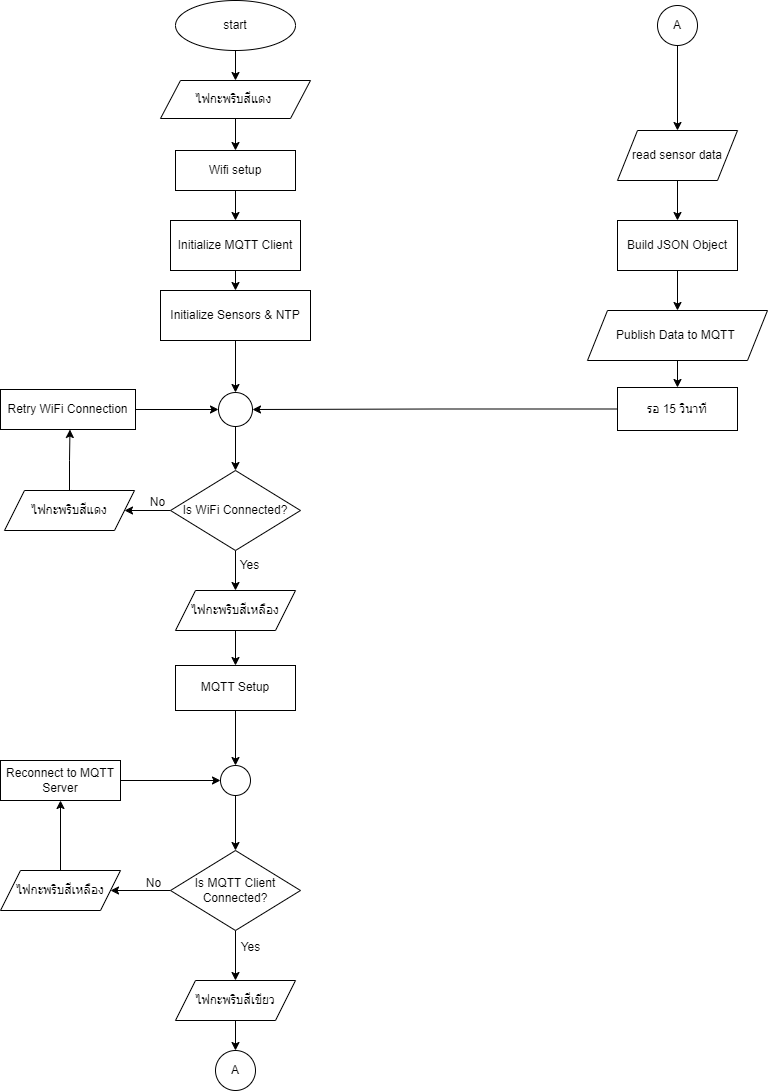
The draw.io diagram assignment04/iot-sensor.png in sirapaop/iotclass67, before a commit. Source tidied: cells renumbered, new cells last; positions are measured from the earlier drawing's top-left corner, leaving out a move shared by most shapes.
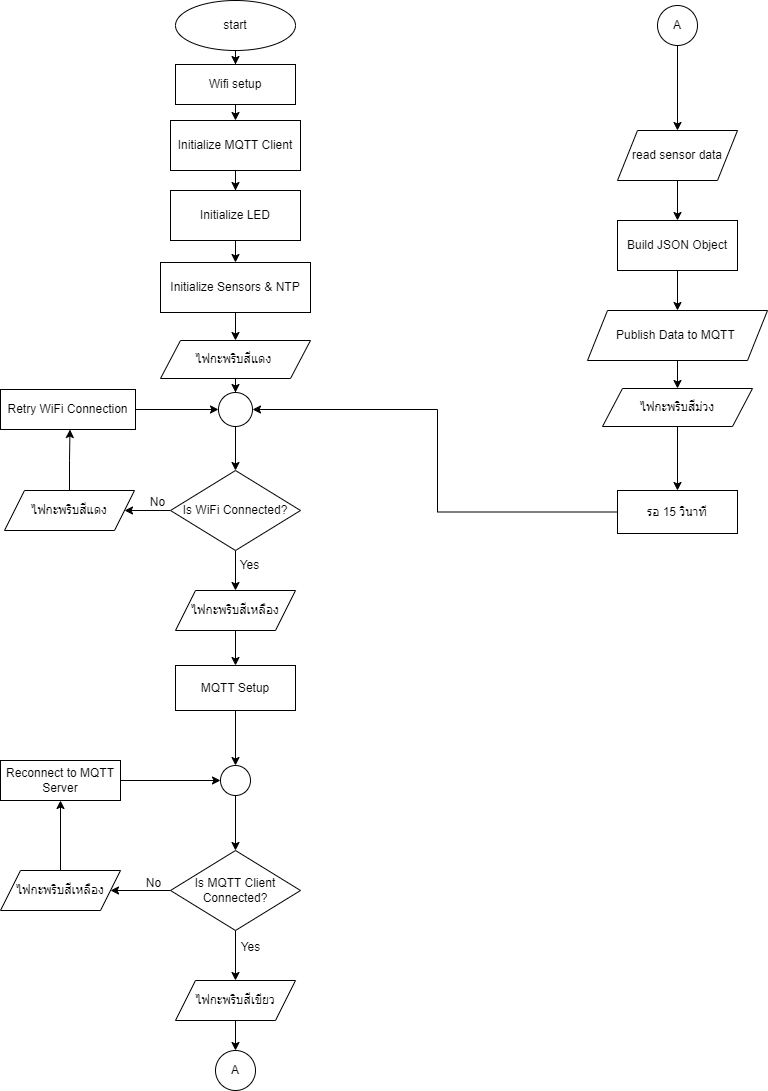
The same file after the commit.

Commit message:
update flow chart

What changed in the source:
```diff
@@ -2,35 +2,35 @@
   <root>
     <mxCell id="0" />
     <mxCell id="1" parent="0" />
+    <mxCell id="51" style="edgeStyle=orthogonalEdgeStyle;rounded=0;jettySize=auto;html=1;exitX=0.5;exitY=1;exitDx=0;exitDy=0;" parent="1" edge="1" source="2" target="7">
+      <mxGeometry relative="1" as="geometry" />
+    </mxCell>
     <mxCell id="2" value="start" style="ellipse;whiteSpace=wrap;html=1;" parent="1" vertex="1">
       <mxGeometry x="175" width="120" height="50" as="geometry" />
     </mxCell>
-    <mxCell id="3" style="endArrow=classic;html=1;rounded=0;exitX=0.5;exitY=1;exitDx=0;exitDy=0;entryX=0.5;entryY=0;entryDx=0;entryDy=0;" parent="1" edge="1" source="2" target="5">
-      <mxGeometry relative="1" as="geometry" />
-    </mxCell>
-    <mxCell id="4" style="edgeStyle=orthogonalEdgeStyle;rounded=0;jettySize=auto;html=1;exitX=0.5;exitY=1;exitDx=0;exitDy=0;entryX=0.5;entryY=0;entryDx=0;entryDy=0;" parent="1" edge="1" source="5" target="7">
-      <mxGeometry relative="1" as="geometry" />
-    </mxCell>
+    <mxCell id="52" style="edgeStyle=orthogonalEdgeStyle;rounded=0;jettySize=auto;html=1;exitX=0.5;exitY=1;exitDx=0;exitDy=0;" parent="1" edge="1" source="5" target="50">
+      <mxGeometry relative="1" as="geometry" />
+    </mxCell>
     <mxCell id="5" value="ไฟกะพริบสีแดง&amp;nbsp;" style="shape=parallelogram;perimeter=parallelogramPerimeter;whiteSpace=wrap;html=1;fixedSize=1;" parent="1" vertex="1">
-      <mxGeometry x="160" y="80" width="150" height="38" as="geometry" />
+      <mxGeometry x="160" y="340" width="150" height="38" as="geometry" />
     </mxCell>
     <mxCell id="6" style="edgeStyle=orthogonalEdgeStyle;rounded=0;jettySize=auto;html=1;exitX=0.5;exitY=1;exitDx=0;exitDy=0;entryX=0.5;entryY=0;entryDx=0;entryDy=0;" parent="1" edge="1" source="7" target="9">
       <mxGeometry relative="1" as="geometry" />
     </mxCell>
     <mxCell id="7" value="Wifi setup" style="rounded=0;whiteSpace=wrap;html=1;" parent="1" vertex="1">
-      <mxGeometry x="175" y="150" width="120" height="40" as="geometry" />
+      <mxGeometry x="175" y="64" width="120" height="40" as="geometry" />
     </mxCell>
-    <mxCell id="8" style="edgeStyle=orthogonalEdgeStyle;rounded=0;jettySize=auto;html=1;exitX=0.5;exitY=1;exitDx=0;exitDy=0;entryX=0.5;entryY=0;entryDx=0;entryDy=0;" parent="1" edge="1" source="9" target="11">
-      <mxGeometry relative="1" as="geometry" />
-    </mxCell>
+    <mxCell id="53" style="edgeStyle=orthogonalEdgeStyle;rounded=0;jettySize=auto;html=1;exitX=0.5;exitY=1;exitDx=0;exitDy=0;" parent="1" edge="1" source="9" target="57">
+      <mxGeometry relative="1" as="geometry" />
+    </mxCell>
     <mxCell id="9" value="Initialize MQTT Client" style="rounded=0;whiteSpace=wrap;html=1;" parent="1" vertex="1">
-      <mxGeometry x="170" y="220" width="130" height="50" as="geometry" />
+      <mxGeometry x="170" y="120" width="130" height="50" as="geometry" />
     </mxCell>
-    <mxCell id="10" style="edgeStyle=orthogonalEdgeStyle;rounded=0;jettySize=auto;html=1;exitX=0.5;exitY=1;exitDx=0;exitDy=0;" parent="1" edge="1" source="11" target="50">
-      <mxGeometry relative="1" as="geometry" />
-    </mxCell>
+    <mxCell id="54" style="edgeStyle=orthogonalEdgeStyle;rounded=0;jettySize=auto;html=1;exitX=0.5;exitY=1;exitDx=0;exitDy=0;" parent="1" edge="1" source="11" target="5">
+      <mxGeometry relative="1" as="geometry" />
+    </mxCell>
     <mxCell id="11" value="Initialize Sensors &amp;amp; NTP" style="rounded=0;whiteSpace=wrap;html=1;" parent="1" vertex="1">
-      <mxGeometry x="160" y="290" width="150" height="50" as="geometry" />
+      <mxGeometry x="160" y="262" width="150" height="50" as="geometry" />
     </mxCell>
     <mxCell id="12" style="edgeStyle=orthogonalEdgeStyle;rounded=0;jettySize=auto;html=1;exitX=0.5;exitY=1;exitDx=0;exitDy=0;" parent="1" edge="1" source="14" target="21">
       <mxGeometry relative="1" as="geometry" />
@@ -133,17 +133,22 @@
     <mxCell id="42" value="Build JSON Object" style="rounded=0;whiteSpace=wrap;html=1;" parent="1" vertex="1">
       <mxGeometry x="617" y="220" width="120" height="50" as="geometry" />
     </mxCell>
-    <mxCell id="43" style="edgeStyle=orthogonalEdgeStyle;rounded=0;jettySize=auto;html=1;exitX=0.5;exitY=1;exitDx=0;exitDy=0;" parent="1" edge="1" source="44" target="46">
-      <mxGeometry relative="1" as="geometry" />
-    </mxCell>
+    <mxCell id="55" style="edgeStyle=orthogonalEdgeStyle;rounded=0;jettySize=auto;html=1;exitX=0.5;exitY=1;exitDx=0;exitDy=0;" parent="1" edge="1" source="44" target="59">
+      <mxGeometry relative="1" as="geometry" />
+    </mxCell>
     <mxCell id="44" value="Publish Data to MQTT&amp;nbsp;" style="shape=parallelogram;perimeter=parallelogramPerimeter;whiteSpace=wrap;html=1;fixedSize=1;" parent="1" vertex="1">
       <mxGeometry x="587" y="310" width="180" height="50" as="geometry" />
     </mxCell>
     <mxCell id="45" style="edgeStyle=orthogonalEdgeStyle;rounded=0;jettySize=auto;html=1;exitX=0;exitY=0.5;exitDx=0;exitDy=0;" parent="1" edge="1" source="46" target="50">
-      <mxGeometry relative="1" as="geometry" />
+      <mxGeometry relative="1" as="geometry">
+        <Array as="points">
+          <mxPoint x="437" y="512" />
+          <mxPoint x="437" y="409" />
+        </Array>
+      </mxGeometry>
     </mxCell>
     <mxCell id="46" value="รอ 15 วินาที" style="rounded=0;whiteSpace=wrap;html=1;" parent="1" vertex="1">
-      <mxGeometry x="617" y="387" width="120" height="43" as="geometry" />
+      <mxGeometry x="617" y="490" width="120" height="43" as="geometry" />
     </mxCell>
     <mxCell id="47" style="edgeStyle=orthogonalEdgeStyle;rounded=0;jettySize=auto;html=1;exitX=0.5;exitY=1;exitDx=0;exitDy=0;" parent="1" edge="1" source="48" target="27">
       <mxGeometry relative="1" as="geometry" />
@@ -157,5 +162,17 @@
     <mxCell id="50" style="ellipse;whiteSpace=wrap;html=1;" parent="1" vertex="1">
       <mxGeometry x="218" y="392" width="34" height="34" as="geometry" />
     </mxCell>
+    <mxCell id="56" style="edgeStyle=orthogonalEdgeStyle;rounded=0;jettySize=auto;html=1;exitX=0.5;exitY=1;exitDx=0;exitDy=0;" parent="1" edge="1" source="57" target="11">
+      <mxGeometry relative="1" as="geometry" />
+    </mxCell>
+    <mxCell id="57" value="Initialize LED" style="rounded=0;whiteSpace=wrap;html=1;" parent="1" vertex="1">
+      <mxGeometry x="170" y="190" width="130" height="50" as="geometry" />
+    </mxCell>
+    <mxCell id="58" style="edgeStyle=orthogonalEdgeStyle;rounded=0;jettySize=auto;html=1;exitX=0.5;exitY=1;exitDx=0;exitDy=0;" parent="1" edge="1" source="59" target="46">
+      <mxGeometry relative="1" as="geometry" />
+    </mxCell>
+    <mxCell id="59" value="ไฟกะพริบสีม่วง" style="shape=parallelogram;perimeter=parallelogramPerimeter;whiteSpace=wrap;html=1;fixedSize=1;" parent="1" vertex="1">
+      <mxGeometry x="602" y="388" width="150" height="38" as="geometry" />
+    </mxCell>
   </root>
 </mxGraphModel>
```
